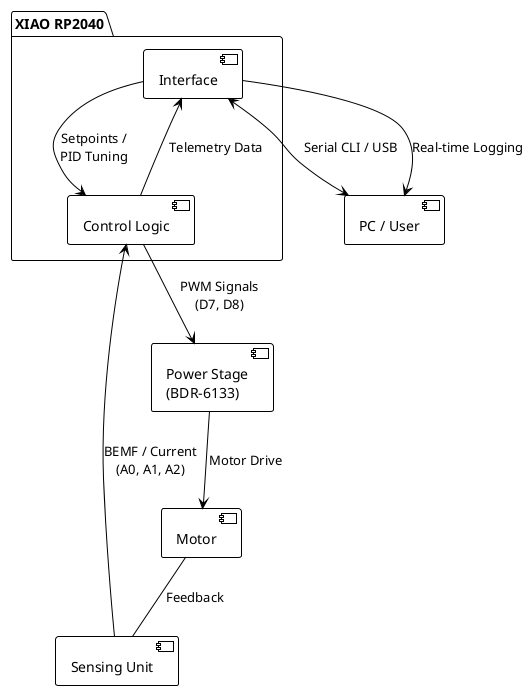
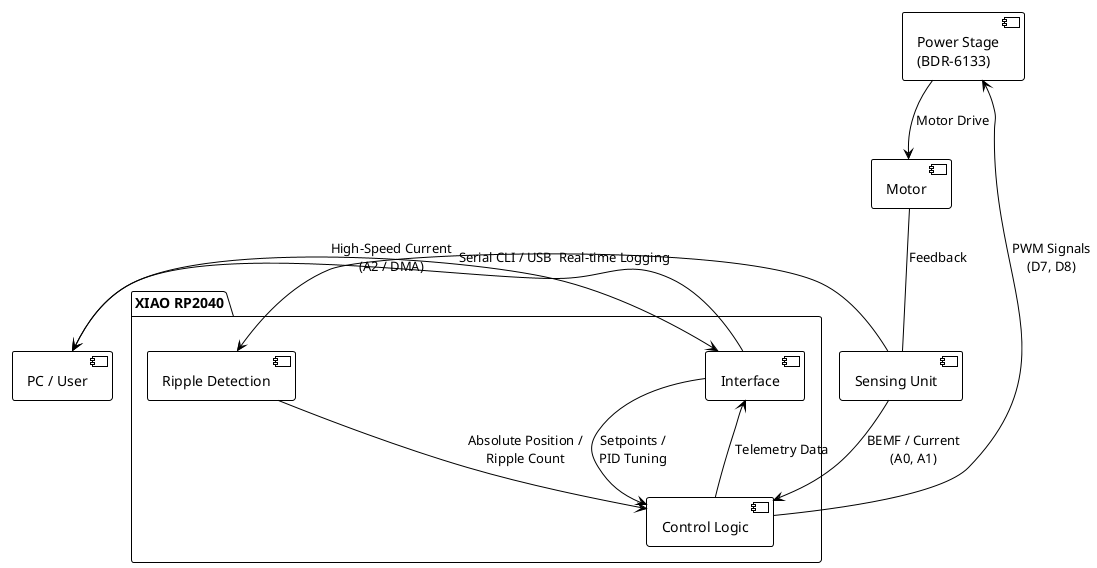
@startuml TOP_ARCHITECTURE
!theme plain

package "XIAO RP2040" {
    component [Control Logic] as CL
    component [Interface] as IF
+     component [Ripple Detection] as RD
}

component [Power Stage\n(BDR-6133)] as PS
component [Sensing Unit] as SU
component [Motor] as M
component [PC / User] as USR

USR <-> IF : "Serial CLI / USB"
IF --> CL : "Setpoints /\nPID Tuning"
CL --> PS : "PWM Signals\n(D7, D8)"
PS --> M : "Motor Drive"
M -- SU : "Feedback"
- SU --> CL : "BEMF / Current\n(A0, A1, A2)"
+ SU --> CL : "BEMF / Current\n(A0, A1)"
+ SU --> RD : "High-Speed Current\n(A2 / DMA)"
+ RD --> CL : "Absolute Position /\nRipple Count"
CL --> IF : "Telemetry Data"
IF --> USR : "Real-time Logging"

@enduml
